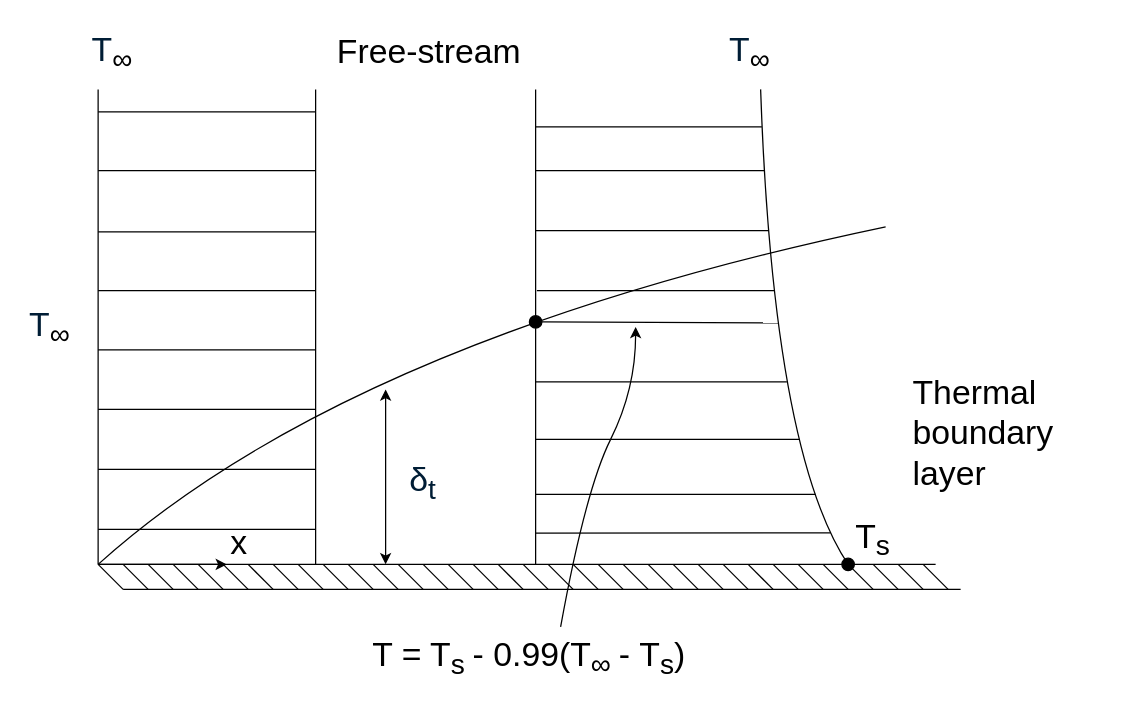
Earlier version of the draw.io diagram Thesis A/Diagrams.net Files/thermal_boundary_layer.drawio (nathansivalingam/mechanical-engineering-thesis-a). Source tidied: cells renumbered, new cells numbered last; positions are measured from the earlier drawing's top-left corner, leaving out a move shared by most shapes. Both pictures are drawn from the tidied source at 125%, with x=0, y=0 at pixel (48, 32).
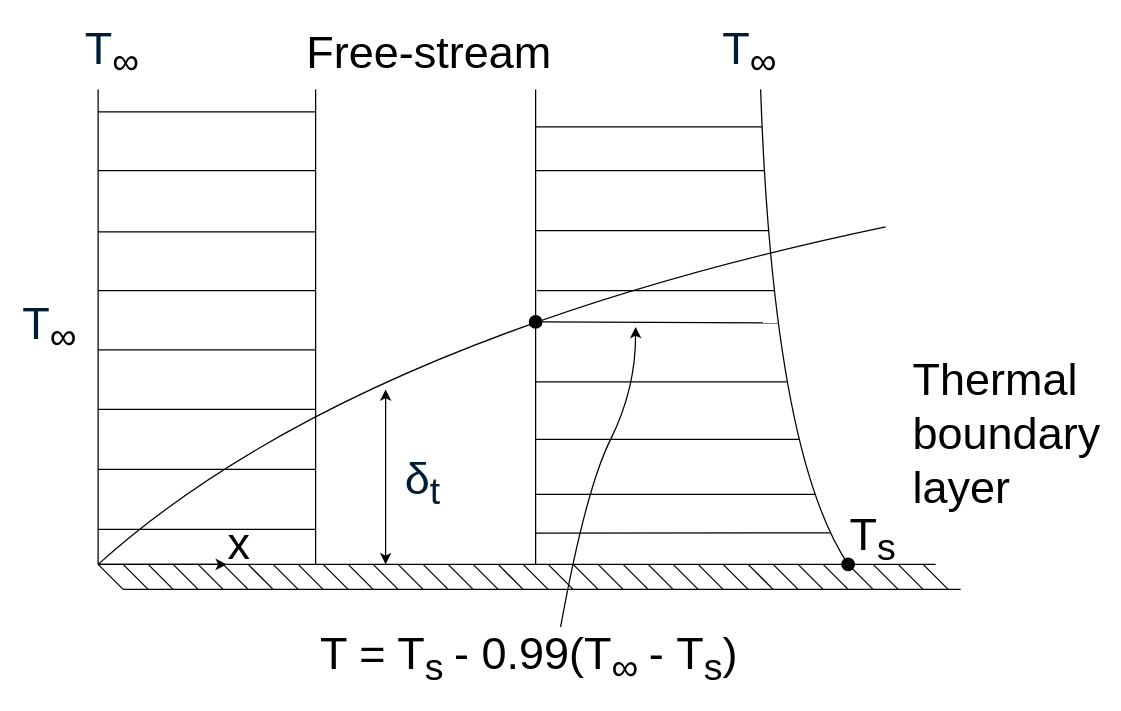
After the change.

The edit, as a diff of the source:
```diff
@@
-    <mxCell id="50" value="&lt;font style=&quot;font-size: 27px;&quot;&gt;&lt;span style=&quot;color: rgb(0, 29, 53); font-family: &amp;quot;Google Sans&amp;quot;, Arial, sans-serif; text-align: start; text-wrap-mode: wrap;&quot;&gt;&lt;font style=&quot;&quot;&gt;T&lt;/font&gt;&lt;/span&gt;&lt;sub&gt;∞&lt;/sub&gt;&lt;/font&gt;" style="edgeLabel;html=1;align=center;verticalAlign=middle;" parent="1" vertex="1">
+    <mxCell id="50" value="&lt;font style=&quot;font-size: 36px;&quot;&gt;&lt;span style=&quot;color: rgb(0, 29, 53); font-family: &amp;quot;Google Sans&amp;quot;, Arial, sans-serif; text-align: start; text-wrap-mode: wrap;&quot;&gt;&lt;font style=&quot;&quot;&gt;T&lt;/font&gt;&lt;/span&gt;&lt;sub style=&quot;&quot;&gt;∞&lt;/sub&gt;&lt;/font&gt;" style="edgeLabel;html=1;align=center;verticalAlign=middle;" parent="1" vertex="1">
       <mxGeometry y="235" as="geometry" />
     </mxCell>
-    <mxCell id="51" value="&lt;font style=&quot;font-size: 27px;&quot;&gt;&lt;span style=&quot;color: rgb(0, 29, 53); font-family: &amp;quot;Google Sans&amp;quot;, Arial, sans-serif; text-align: start; text-wrap-mode: wrap;&quot;&gt;&lt;font style=&quot;&quot;&gt;T&lt;/font&gt;&lt;/span&gt;&lt;sub&gt;∞&lt;/sub&gt;&lt;/font&gt;" style="edgeLabel;html=1;align=center;verticalAlign=middle;" parent="1" vertex="1">
+    <mxCell id="51" value="&lt;font style=&quot;font-size: 36px;&quot;&gt;&lt;span style=&quot;color: rgb(0, 29, 53); font-family: &amp;quot;Google Sans&amp;quot;, Arial, sans-serif; text-align: start; text-wrap-mode: wrap;&quot;&gt;&lt;font style=&quot;&quot;&gt;T&lt;/font&gt;&lt;/span&gt;&lt;sub style=&quot;&quot;&gt;∞&lt;/sub&gt;&lt;/font&gt;" style="edgeLabel;html=1;align=center;verticalAlign=middle;" parent="1" vertex="1">
       <mxGeometry x="560" y="15" as="geometry" />
     </mxCell>
-    <mxCell id="52" value="&lt;font style=&quot;font-size: 27px;&quot;&gt;&lt;span style=&quot;color: rgb(0, 29, 53); font-family: &amp;quot;Google Sans&amp;quot;, Arial, sans-serif; text-align: start; text-wrap-mode: wrap;&quot;&gt;&lt;font style=&quot;&quot;&gt;T&lt;/font&gt;&lt;/span&gt;&lt;sub&gt;∞&lt;/sub&gt;&lt;/font&gt;" style="edgeLabel;html=1;align=center;verticalAlign=middle;" parent="1" vertex="1">
+    <mxCell id="52" value="&lt;font style=&quot;font-size: 36px;&quot;&gt;&lt;span style=&quot;color: rgb(0, 29, 53); font-family: &amp;quot;Google Sans&amp;quot;, Arial, sans-serif; text-align: start; text-wrap-mode: wrap;&quot;&gt;&lt;font style=&quot;&quot;&gt;T&lt;/font&gt;&lt;/span&gt;&lt;sub style=&quot;&quot;&gt;∞&lt;/sub&gt;&lt;/font&gt;" style="edgeLabel;html=1;align=center;verticalAlign=middle;" parent="1" vertex="1">
       <mxGeometry x="50" y="15" as="geometry" />
     </mxCell>
-    <mxCell id="53" value="&lt;font style=&quot;font-size: 27px; color: rgb(0, 0, 0);&quot;&gt;&lt;span style=&quot;font-family: &amp;quot;Google Sans&amp;quot;, Arial, sans-serif; text-align: start; background-color: rgb(255, 255, 255);&quot;&gt;&lt;font&gt;T = T&lt;/font&gt;&lt;/span&gt;&lt;sub style=&quot;text-wrap-mode: nowrap; background-color: rgb(255, 255, 255);&quot;&gt;s&amp;nbsp;&lt;/sub&gt;&lt;span style=&quot;font-family: &amp;quot;Google Sans&amp;quot;, Arial, sans-serif; text-align: start; background-color: rgb(255, 255, 255);&quot;&gt;-&amp;nbsp;&lt;/span&gt;&lt;span style=&quot;font-family: &amp;quot;Google Sans&amp;quot;, Arial, sans-serif; text-align: start; background-color: rgb(255, 255, 255);&quot;&gt;0.99(T&lt;/span&gt;&lt;sub style=&quot;text-wrap-mode: nowrap; background-color: rgb(255, 255, 255);&quot;&gt;∞&amp;nbsp;&lt;/sub&gt;&lt;span style=&quot;font-family: &amp;quot;Google Sans&amp;quot;, Arial, sans-serif; text-align: start; background-color: rgb(255, 255, 255);&quot;&gt;-&amp;nbsp;&lt;/span&gt;&lt;span style=&quot;font-family: &amp;quot;Google Sans&amp;quot;, Arial, sans-serif; text-align: start; background-color: rgb(255, 255, 255);&quot;&gt;T&lt;/span&gt;&lt;sub style=&quot;text-wrap-mode: nowrap; background-color: rgb(255, 255, 255);&quot;&gt;s&lt;/sub&gt;&lt;span style=&quot;font-family: &amp;quot;Google Sans&amp;quot;, Arial, sans-serif; text-align: start; background-color: rgb(255, 255, 255);&quot;&gt;)&lt;/span&gt;&lt;/font&gt;" style="text;html=1;align=center;verticalAlign=middle;whiteSpace=wrap;rounded=0;" parent="1" vertex="1">
+    <mxCell id="53" value="&lt;font style=&quot;color: rgb(0, 0, 0); font-size: 36px;&quot;&gt;&lt;span style=&quot;font-family: &amp;quot;Google Sans&amp;quot;, Arial, sans-serif; text-align: start; background-color: rgb(255, 255, 255);&quot;&gt;&lt;font style=&quot;&quot;&gt;T = T&lt;/font&gt;&lt;/span&gt;&lt;sub style=&quot;text-wrap-mode: nowrap; background-color: rgb(255, 255, 255);&quot;&gt;s&amp;nbsp;&lt;/sub&gt;&lt;span style=&quot;font-family: &amp;quot;Google Sans&amp;quot;, Arial, sans-serif; text-align: start; background-color: rgb(255, 255, 255);&quot;&gt;-&amp;nbsp;&lt;/span&gt;&lt;span style=&quot;font-family: &amp;quot;Google Sans&amp;quot;, Arial, sans-serif; text-align: start; background-color: rgb(255, 255, 255);&quot;&gt;0.99(T&lt;/span&gt;&lt;sub style=&quot;text-wrap-mode: nowrap; background-color: rgb(255, 255, 255);&quot;&gt;∞&amp;nbsp;&lt;/sub&gt;&lt;span style=&quot;font-family: &amp;quot;Google Sans&amp;quot;, Arial, sans-serif; text-align: start; background-color: rgb(255, 255, 255);&quot;&gt;-&amp;nbsp;&lt;/span&gt;&lt;span style=&quot;font-family: &amp;quot;Google Sans&amp;quot;, Arial, sans-serif; text-align: start; background-color: rgb(255, 255, 255);&quot;&gt;T&lt;/span&gt;&lt;sub style=&quot;text-wrap-mode: nowrap; background-color: rgb(255, 255, 255);&quot;&gt;s&lt;/sub&gt;&lt;span style=&quot;font-family: &amp;quot;Google Sans&amp;quot;, Arial, sans-serif; text-align: start; background-color: rgb(255, 255, 255);&quot;&gt;)&lt;/span&gt;&lt;/font&gt;" style="text;html=1;align=center;verticalAlign=middle;whiteSpace=wrap;rounded=0;" parent="1" vertex="1">
       <mxGeometry x="200" y="485" width="370" height="30" as="geometry" />
     </mxCell>
-    <mxCell id="54" value="&lt;font style=&quot;font-size: 27px;&quot;&gt;Free-stream&lt;/font&gt;" style="text;html=1;align=center;verticalAlign=middle;whiteSpace=wrap;rounded=0;" parent="1" vertex="1">
+    <mxCell id="54" value="&lt;font style=&quot;font-size: 36px;&quot;&gt;Free-stream&lt;/font&gt;" style="text;html=1;align=center;verticalAlign=middle;whiteSpace=wrap;rounded=0;" parent="1" vertex="1">
       <mxGeometry x="190" width="230" height="30" as="geometry" />
     </mxCell>
-    <mxCell id="55" value="&lt;font style=&quot;font-size: 27px;&quot;&gt;Thermal&lt;/font&gt;&lt;div&gt;&lt;font style=&quot;font-size: 27px;&quot;&gt;boundary&lt;/font&gt;&lt;/div&gt;&lt;div&gt;&lt;font style=&quot;font-size: 27px;&quot;&gt;layer&lt;/font&gt;&lt;/div&gt;" style="text;html=1;align=left;verticalAlign=middle;whiteSpace=wrap;rounded=0;" parent="1" vertex="1">
+    <mxCell id="55" value="&lt;font style=&quot;font-size: 36px;&quot;&gt;Thermal&lt;/font&gt;&lt;div&gt;&lt;font style=&quot;font-size: 36px;&quot;&gt;boundary&lt;/font&gt;&lt;/div&gt;&lt;div&gt;&lt;font style=&quot;font-size: 36px;&quot;&gt;layer&lt;/font&gt;&lt;/div&gt;" style="text;html=1;align=left;verticalAlign=middle;whiteSpace=wrap;rounded=0;" parent="1" vertex="1">
       <mxGeometry x="690" y="255" width="140" height="130" as="geometry" />
     </mxCell>
-    <mxCell id="56" value="&lt;font style=&quot;font-size: 27px;&quot;&gt;T&lt;sub&gt;s&lt;/sub&gt;&lt;/font&gt;" style="text;html=1;align=center;verticalAlign=middle;whiteSpace=wrap;rounded=0;" parent="1" vertex="1">
+    <mxCell id="56" value="&lt;font style=&quot;font-size: 36px;&quot;&gt;T&lt;sub style=&quot;&quot;&gt;s&lt;/sub&gt;&lt;/font&gt;" style="text;html=1;align=center;verticalAlign=middle;whiteSpace=wrap;rounded=0;" parent="1" vertex="1">
       <mxGeometry x="630" y="390" width="60" height="30" as="geometry" />
     </mxCell>
-    <mxCell id="57" value="&lt;span style=&quot;color: rgb(0, 29, 53); font-family: &amp;quot;Google Sans&amp;quot;, Arial, sans-serif; font-size: 27px; text-align: start;&quot;&gt;δ&lt;sub&gt;t&lt;/sub&gt;&lt;/span&gt;" style="text;html=1;align=center;verticalAlign=middle;whiteSpace=wrap;rounded=0;" parent="1" vertex="1">
+    <mxCell id="57" value="&lt;span style=&quot;color: rgb(0, 29, 53); font-family: &amp;quot;Google Sans&amp;quot;, Arial, sans-serif; text-align: start;&quot;&gt;&lt;font style=&quot;font-size: 36px;&quot;&gt;δ&lt;sub style=&quot;&quot;&gt;t&lt;/sub&gt;&lt;/font&gt;&lt;/span&gt;" style="text;html=1;align=center;verticalAlign=middle;whiteSpace=wrap;rounded=0;" parent="1" vertex="1">
       <mxGeometry x="270" y="345" width="60" height="30" as="geometry" />
     </mxCell>
@@
-    <mxCell id="75" value="&lt;font style=&quot;font-size: 27px;&quot;&gt;x&lt;/font&gt;" style="text;html=1;align=center;verticalAlign=middle;whiteSpace=wrap;rounded=0;" parent="1" vertex="1">
+    <mxCell id="75" value="&lt;font style=&quot;font-size: 36px;&quot;&gt;x&lt;/font&gt;" style="text;html=1;align=center;verticalAlign=middle;whiteSpace=wrap;rounded=0;" parent="1" vertex="1">
       <mxGeometry x="123" y="393" width="60" height="30" as="geometry" />
     </mxCell>
```
